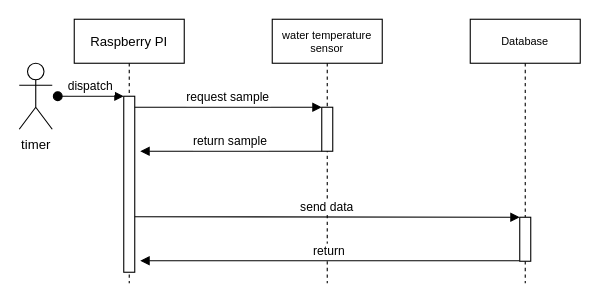
Above: Diagrams/sequential diagram3.drawio in rafaelandrepedro/embebidos2122 (draw.io), before the change. Source tidied: cells renumbered, new cells numbered last; positions are measured from the earlier drawing's top-left corner, leaving out a move shared by most shapes. Both pictures are drawn from the tidied source at 110%, with x=0, y=0 at pixel (19, 19).
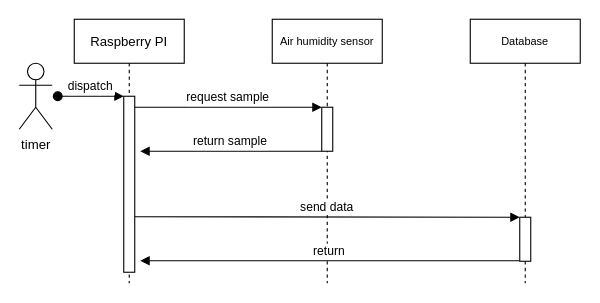
After the change.

Diff of the diagram source:
```diff
@@
 <mxGraphModel>
   <root>
     <mxCell id="0" />
     <mxCell id="1" parent="0" />
     <mxCell id="2" value="Raspberry PI" style="shape=umlLifeline;perimeter=lifelinePerimeter;rounded=0;shadow=0;strokeWidth=1;" parent="1" vertex="1">
       <mxGeometry x="50" width="100" height="240" as="geometry" />
     </mxCell>
     <mxCell id="3" value="dispatch" style="verticalAlign=bottom;startArrow=oval;endArrow=block;startSize=8;shadow=0;strokeWidth=1;" parent="2" edge="1" target="4">
       <mxGeometry relative="1" as="geometry">
         <mxPoint x="-15" y="70" as="sourcePoint" />
       </mxGeometry>
     </mxCell>
     <mxCell id="4" style="points=[];perimeter=orthogonalPerimeter;rounded=0;shadow=0;strokeWidth=1;" parent="2" vertex="1">
       <mxGeometry x="45" y="70" width="10" height="160" as="geometry" />
     </mxCell>
-    <mxCell id="5" value="water temperature&#10;sensor" style="shape=umlLifeline;perimeter=lifelinePerimeter;rounded=0;shadow=0;strokeWidth=1;fontSize=10;" parent="1" vertex="1">
+    <mxCell id="5" value="Air humidity sensor" style="shape=umlLifeline;perimeter=lifelinePerimeter;rounded=0;shadow=0;strokeWidth=1;fontSize=10;" parent="1" vertex="1">
       <mxGeometry x="230" width="100" height="240" as="geometry" />
     </mxCell>
     <mxCell id="6" style="points=[];perimeter=orthogonalPerimeter;rounded=0;shadow=0;strokeWidth=1;" parent="5" vertex="1">
       <mxGeometry x="45" y="80" width="10" height="40" as="geometry" />
     </mxCell>
     <mxCell id="7" value="send data" style="verticalAlign=bottom;endArrow=block;entryX=0;entryY=0;shadow=0;strokeWidth=1;" parent="5" edge="1" target="13">
       <mxGeometry relative="1" as="geometry">
         <mxPoint x="-125" y="179.5" as="sourcePoint" />
       </mxGeometry>
     </mxCell>
     <mxCell id="8" value="return" style="verticalAlign=bottom;endArrow=block;entryX=1;entryY=0;shadow=0;strokeWidth=1;" parent="5" edge="1" source="13">
       <mxGeometry relative="1" as="geometry">
         <mxPoint x="-120" y="219.5" as="targetPoint" />
       </mxGeometry>
     </mxCell>
     <mxCell id="9" value="request sample" style="verticalAlign=bottom;endArrow=block;entryX=0;entryY=0;shadow=0;strokeWidth=1;" parent="1" edge="1" source="4" target="6">
       <mxGeometry relative="1" as="geometry" />
     </mxCell>
     <mxCell id="10" value="return sample" style="verticalAlign=bottom;endArrow=block;entryX=1;entryY=0;shadow=0;strokeWidth=1;" parent="1" edge="1" source="6">
       <mxGeometry relative="1" as="geometry">
         <mxPoint x="110" y="120" as="targetPoint" />
       </mxGeometry>
     </mxCell>
     <mxCell id="11" value="timer" style="shape=umlActor;verticalLabelPosition=bottom;verticalAlign=top;html=1;" parent="1" vertex="1">
       <mxGeometry y="40" width="30" height="60" as="geometry" />
     </mxCell>
     <mxCell id="12" value="Database" style="shape=umlLifeline;perimeter=lifelinePerimeter;rounded=0;shadow=0;strokeWidth=1;fontSize=10;" parent="1" vertex="1">
       <mxGeometry x="410" width="100" height="240" as="geometry" />
     </mxCell>
     <mxCell id="13" style="points=[];perimeter=orthogonalPerimeter;rounded=0;shadow=0;strokeWidth=1;" parent="12" vertex="1">
       <mxGeometry x="45" y="180" width="10" height="40" as="geometry" />
     </mxCell>
   </root>
 </mxGraphModel>
```
